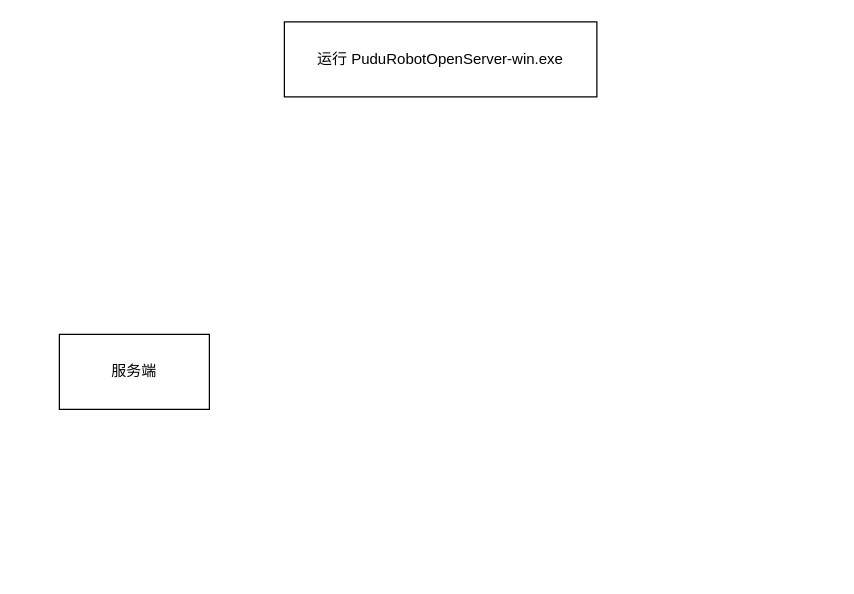
Jev0987/drawioFile keeps this draw.io diagram as 网吧助手.drawio. Above is the earlier version. Source tidied: cells renumbered, new cells numbered last; positions are measured from the earlier drawing's top-left corner, leaving out a move shared by most shapes. Both pictures are drawn from the tidied source at 125%, with x=0, y=0 at pixel (59, 21).
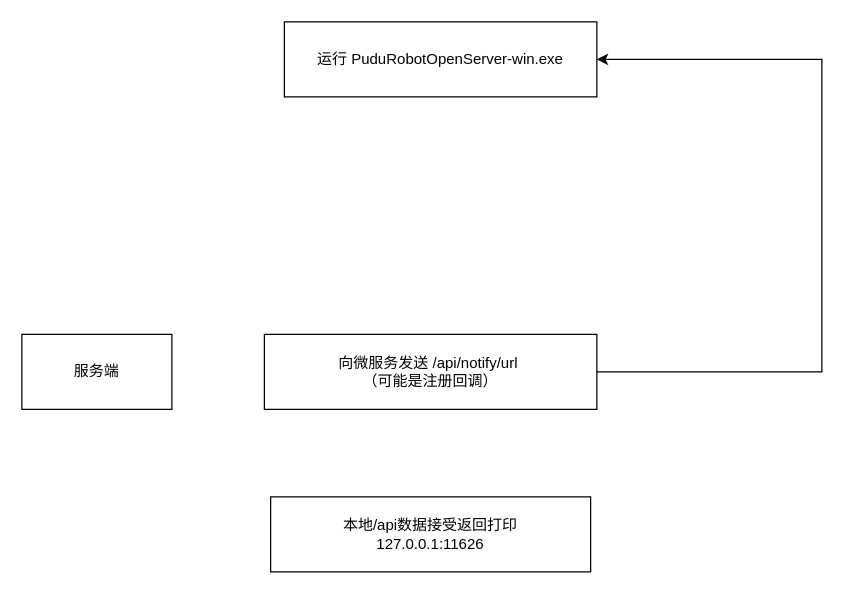
After the change.

Commit message (it also covers changes not shown here):
更新网吧助手.drawio

The edit, as a diff of the source:
```diff
@@
 <mxGraphModel>
   <root>
     <mxCell id="0" />
     <mxCell id="1" parent="0" />
     <mxCell id="2" value="服务端" style="whiteSpace=wrap;html=1;" parent="1" vertex="1">
-      <mxGeometry y="250" width="120" height="60" as="geometry" />
+      <mxGeometry x="-30" y="250" width="120" height="60" as="geometry" />
     </mxCell>
     <mxCell id="3" value="运行&amp;nbsp;PuduRobotOpenServer-win.exe" style="whiteSpace=wrap;html=1;" parent="1" vertex="1">
       <mxGeometry x="180" width="250" height="60" as="geometry" />
     </mxCell>
+    <mxCell id="4" value="本地/api数据接受返回打印&lt;div&gt;127.0.0.1:11626&lt;/div&gt;" style="whiteSpace=wrap;html=1;" parent="1" vertex="1">
+      <mxGeometry x="169" y="380" width="256" height="60" as="geometry" />
+    </mxCell>
+    <mxCell id="5" style="edgeStyle=orthogonalEdgeStyle;rounded=0;jettySize=auto;html=1;exitX=1;exitY=0.5;exitDx=0;exitDy=0;entryX=1;entryY=0.5;entryDx=0;entryDy=0;" parent="1" edge="1" source="6" target="3">
+      <mxGeometry relative="1" as="geometry">
+        <Array as="points">
+          <mxPoint x="610" y="280" />
+          <mxPoint x="610" y="30" />
+        </Array>
+      </mxGeometry>
+    </mxCell>
+    <mxCell id="6" value="向微服务发送 /api/notify/url&amp;nbsp;&lt;br&gt;（可能是注册回调）" style="whiteSpace=wrap;html=1;" parent="1" vertex="1">
+      <mxGeometry x="164" y="250" width="266" height="60" as="geometry" />
+    </mxCell>
   </root>
 </mxGraphModel>
```
